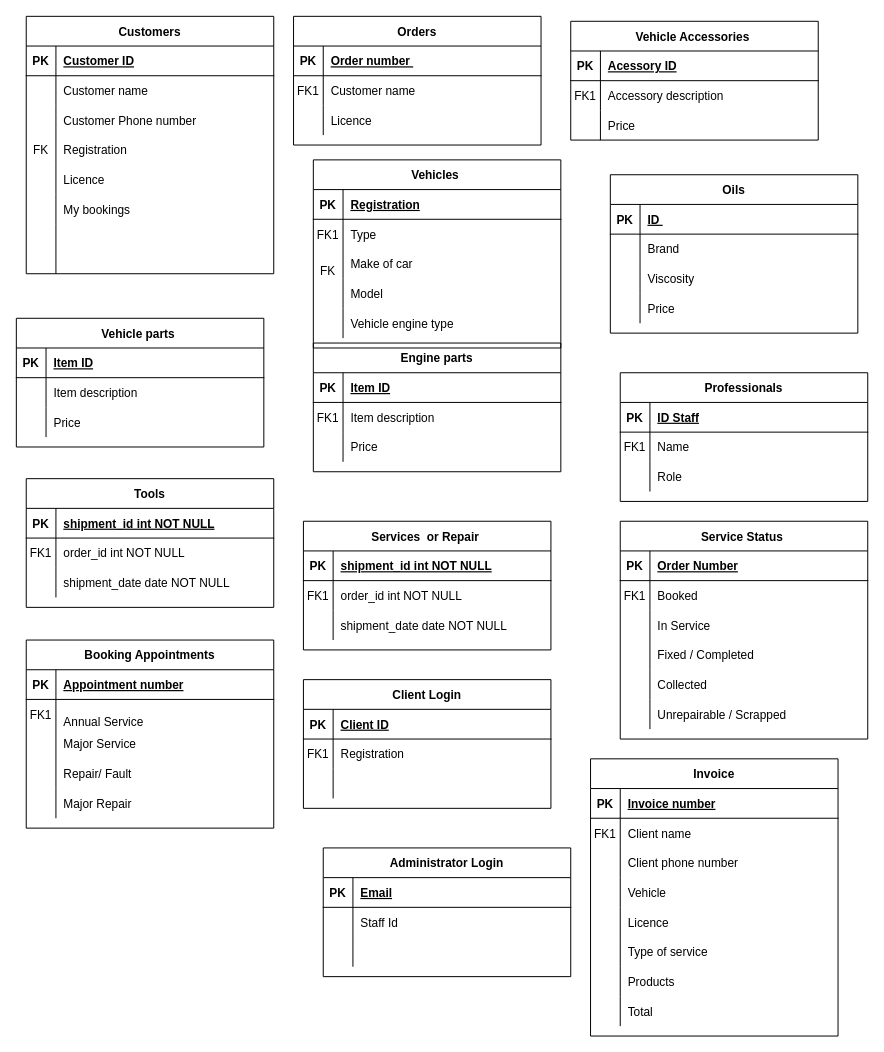
Above: Untitled Diagram.drawio in PriFlores/Garage-Database-design- (draw.io), before the change. Source tidied: cells renumbered, new cells numbered last; positions are measured from the earlier drawing's top-left corner, leaving out a move shared by most shapes. Both pictures are drawn from the tidied source at 99%, with x=0, y=0 at pixel (16, 16).
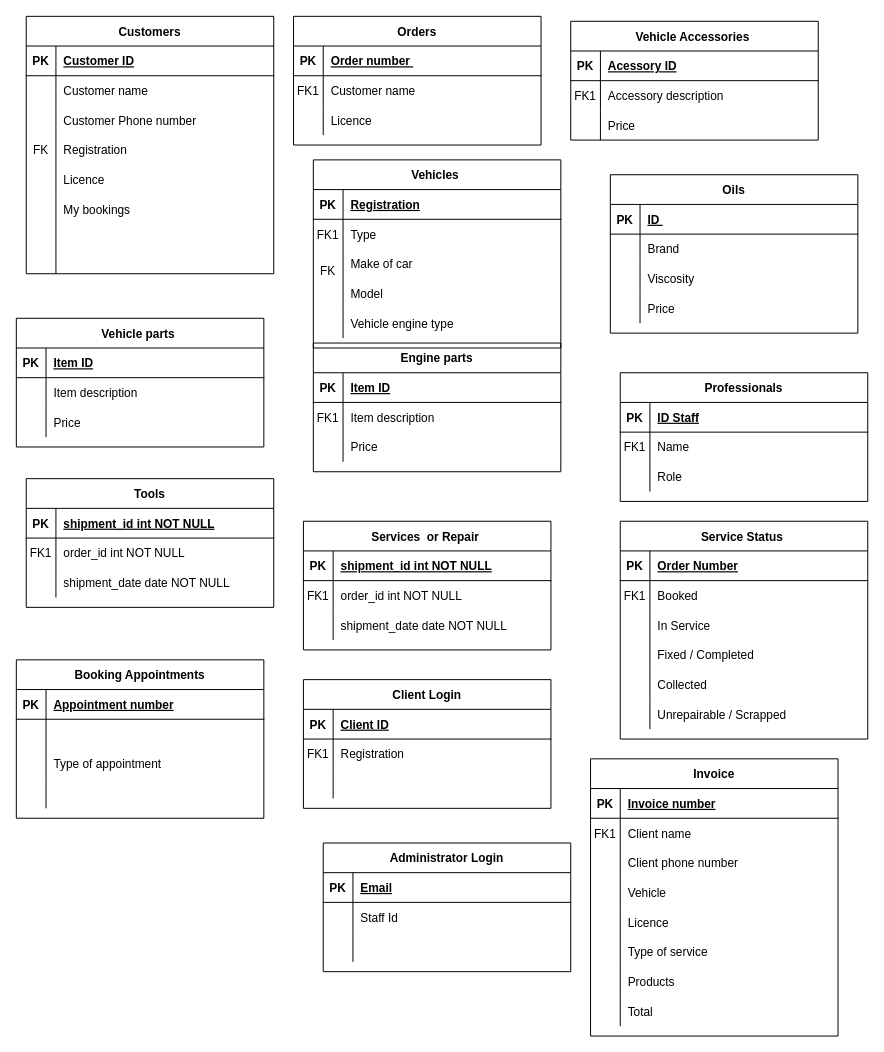
Above is the later version.

The change refers to these unchanged cells:
```xml
<mxCell id="114" style="shape=partialRectangle;fillColor=none;top=0;left=0;right=0;bottom=0;" parent="110" vertex="1">
  <mxGeometry y="60" width="250" height="30" as="geometry" />
</mxCell>
<mxCell id="117" style="shape=partialRectangle;fillColor=none;top=0;left=0;right=0;bottom=0;" parent="110" vertex="1">
  <mxGeometry y="90" width="250" height="30" as="geometry" />
</mxCell>
```

Diff of the diagram source:
```diff
@@
     <mxCell id="110" value="Booking Appointments" style="shape=table;startSize=30;childLayout=tableLayout;rowLines=0;fontStyle=1;align=center;" parent="1" vertex="1">
-      <mxGeometry x="10" y="630" width="250" height="190" as="geometry" />
+      <mxGeometry y="650" width="250" height="160" as="geometry" />
     </mxCell>
@@
-    <mxCell id="115" value="FK1" style="shape=partialRectangle;overflow=hidden;fillColor=none;top=0;left=0;bottom=0;right=0;" parent="114" vertex="1">
+    <mxCell id="115" style="shape=partialRectangle;overflow=hidden;fillColor=none;top=0;left=0;bottom=0;right=0;" parent="114" vertex="1">
       <mxGeometry width="30" height="30" as="geometry" />
     </mxCell>
-    <mxCell id="116" value="&#10;Annual Service &#10;" style="shape=partialRectangle;overflow=hidden;fillColor=none;top=0;left=0;bottom=0;right=0;align=left;spacingLeft=6;" parent="114" vertex="1">
+    <mxCell id="116" style="shape=partialRectangle;overflow=hidden;fillColor=none;top=0;left=0;bottom=0;right=0;align=left;spacingLeft=6;" parent="114" vertex="1">
       <mxGeometry x="30" width="220" height="30" as="geometry" />
     </mxCell>
@@
-    <mxCell id="119" value="Major Service " style="shape=partialRectangle;overflow=hidden;fillColor=none;top=0;left=0;bottom=0;right=0;align=left;spacingLeft=6;" parent="117" vertex="1">
+    <mxCell id="119" style="shape=partialRectangle;overflow=hidden;fillColor=none;top=0;left=0;bottom=0;right=0;align=left;spacingLeft=6;" parent="117" vertex="1">
       <mxGeometry x="30" width="220" height="30" as="geometry" />
     </mxCell>
-    <mxCell id="120" style="shape=partialRectangle;fillColor=none;top=0;left=0;right=0;bottom=0;" parent="110" vertex="1">
-      <mxGeometry y="120" width="250" height="30" as="geometry" />
-    </mxCell>
-    <mxCell id="121" style="shape=partialRectangle;overflow=hidden;fillColor=none;top=0;left=0;bottom=0;right=0;" parent="120" vertex="1">
-      <mxGeometry width="30" height="30" as="geometry" />
-    </mxCell>
-    <mxCell id="122" value="Repair/ Fault" style="shape=partialRectangle;overflow=hidden;fillColor=none;top=0;left=0;bottom=0;right=0;align=left;spacingLeft=6;" parent="120" vertex="1">
-      <mxGeometry x="30" width="220" height="30" as="geometry" />
-    </mxCell>
     <mxCell id="123" style="shape=partialRectangle;fillColor=none;top=0;left=0;right=0;bottom=0;" parent="110" vertex="1">
-      <mxGeometry y="150" width="250" height="30" as="geometry" />
+      <mxGeometry y="120" width="250" height="30" as="geometry" />
     </mxCell>
@@
-    <mxCell id="125" value="Major Repair " style="shape=partialRectangle;overflow=hidden;fillColor=none;top=0;left=0;bottom=0;right=0;align=left;spacingLeft=6;" parent="123" vertex="1">
+    <mxCell id="125" style="shape=partialRectangle;overflow=hidden;fillColor=none;top=0;left=0;bottom=0;right=0;align=left;spacingLeft=6;" parent="123" vertex="1">
       <mxGeometry x="30" width="220" height="30" as="geometry" />
     </mxCell>
@@
     <mxCell id="136" value="Administrator Login" style="shape=table;startSize=30;childLayout=tableLayout;rowLines=0;fontStyle=1;align=center;" parent="1" vertex="1">
-      <mxGeometry x="310" y="840" width="250" height="130" as="geometry" />
+      <mxGeometry x="310" y="835" width="250" height="130" as="geometry" />
     </mxCell>
@@
+    <mxCell id="206" value="Type of appointment" style="shape=partialRectangle;overflow=hidden;fillColor=none;top=0;left=0;bottom=0;right=0;align=left;spacingLeft=6;" parent="1" vertex="1">
+      <mxGeometry x="30" y="740" width="220" height="30" as="geometry" />
+    </mxCell>
```
